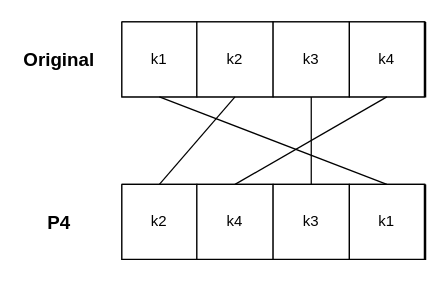
Above: public/img/simpleDesPage/drawio/P4.drawio in hejzlzd1/EducrypterUHK (draw.io), before the change. Source tidied: cells renumbered, new cells numbered last; positions are measured from the earlier drawing's top-left corner, leaving out a move shared by most shapes. Both pictures are drawn from the tidied source at 125%, with x=0, y=0 at pixel (21, 21).
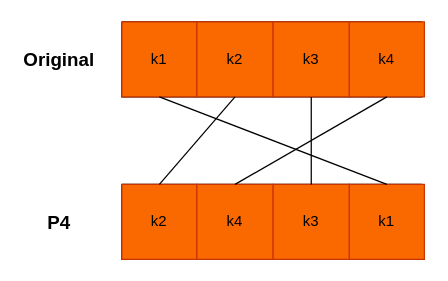
The same page after the edit.

Change to the diagram source:
```diff
@@
 <mxGraphModel>
   <root>
     <mxCell id="0" />
     <mxCell id="1" parent="0" />
     <mxCell id="2" style="swimlane;startSize=0;" parent="1" vertex="1">
-      <mxGeometry x="80" width="243" height="60" as="geometry" />
+      <mxGeometry x="80" width="240" height="60" as="geometry" />
     </mxCell>
-    <mxCell id="3" value="k1" style="rounded=0;whiteSpace=wrap;html=1;" parent="2" vertex="1">
+    <mxCell id="3" value="k1" style="rounded=0;whiteSpace=wrap;html=1;fillColor=#fa6800;fontColor=#000000;strokeColor=#C73500;" parent="2" vertex="1">
       <mxGeometry width="60" height="60" as="geometry" />
     </mxCell>
-    <mxCell id="4" value="k2" style="rounded=0;whiteSpace=wrap;html=1;" parent="2" vertex="1">
+    <mxCell id="4" value="k2" style="rounded=0;whiteSpace=wrap;html=1;fillColor=#fa6800;fontColor=#000000;strokeColor=#C73500;" parent="2" vertex="1">
       <mxGeometry x="60" width="61" height="60" as="geometry" />
     </mxCell>
-    <mxCell id="5" value="k3" style="rounded=0;whiteSpace=wrap;html=1;" parent="2" vertex="1">
+    <mxCell id="5" value="k3" style="rounded=0;whiteSpace=wrap;html=1;fillColor=#fa6800;fontColor=#000000;strokeColor=#C73500;" parent="2" vertex="1">
       <mxGeometry x="121" width="61" height="60" as="geometry" />
     </mxCell>
-    <mxCell id="6" value="k4" style="rounded=0;whiteSpace=wrap;html=1;" parent="2" vertex="1">
+    <mxCell id="6" value="k4" style="rounded=0;whiteSpace=wrap;html=1;fillColor=#fa6800;fontColor=#000000;strokeColor=#C73500;" parent="2" vertex="1">
       <mxGeometry x="182" width="60" height="60" as="geometry" />
     </mxCell>
     <mxCell id="7" style="swimlane;startSize=0;" parent="1" vertex="1">
-      <mxGeometry x="80" y="130" width="243" height="60" as="geometry" />
+      <mxGeometry x="80" y="130" width="240" height="60" as="geometry" />
     </mxCell>
-    <mxCell id="8" value="k2" style="rounded=0;whiteSpace=wrap;html=1;" parent="7" vertex="1">
+    <mxCell id="8" value="k2" style="rounded=0;whiteSpace=wrap;html=1;fillColor=#fa6800;fontColor=#000000;strokeColor=#C73500;" parent="7" vertex="1">
       <mxGeometry width="60" height="60" as="geometry" />
     </mxCell>
-    <mxCell id="9" value="k4" style="rounded=0;whiteSpace=wrap;html=1;" parent="7" vertex="1">
+    <mxCell id="9" value="k4" style="rounded=0;whiteSpace=wrap;html=1;fillColor=#fa6800;fontColor=#000000;strokeColor=#C73500;" parent="7" vertex="1">
       <mxGeometry x="60" width="61" height="60" as="geometry" />
     </mxCell>
-    <mxCell id="10" value="k3" style="rounded=0;whiteSpace=wrap;html=1;" parent="7" vertex="1">
+    <mxCell id="10" value="k3" style="rounded=0;whiteSpace=wrap;html=1;fillColor=#fa6800;fontColor=#000000;strokeColor=#C73500;" parent="7" vertex="1">
       <mxGeometry x="121" width="61" height="60" as="geometry" />
     </mxCell>
-    <mxCell id="11" value="k1" style="rounded=0;whiteSpace=wrap;html=1;" parent="7" vertex="1">
+    <mxCell id="11" value="k1" style="rounded=0;whiteSpace=wrap;html=1;fillColor=#fa6800;fontColor=#000000;strokeColor=#C73500;" parent="7" vertex="1">
       <mxGeometry x="182" width="60" height="60" as="geometry" />
     </mxCell>
     <mxCell id="12" value="&lt;font style=&quot;font-size: 15px;&quot;&gt;&lt;b&gt;P4&lt;/b&gt;&lt;/font&gt;" style="text;html=1;strokeColor=none;fillColor=none;align=center;verticalAlign=middle;whiteSpace=wrap;rounded=0;" parent="1" vertex="1">
       <mxGeometry y="145" width="60" height="30" as="geometry" />
     </mxCell>
     <mxCell id="13" value="&lt;font style=&quot;font-size: 15px;&quot;&gt;&lt;b&gt;Original&lt;/b&gt;&lt;/font&gt;" style="text;html=1;strokeColor=none;fillColor=none;align=center;verticalAlign=middle;whiteSpace=wrap;rounded=0;" parent="1" vertex="1">
       <mxGeometry y="15" width="60" height="30" as="geometry" />
     </mxCell>
     <mxCell id="14" style="rounded=0;jettySize=auto;html=1;exitX=0.5;exitY=1;exitDx=0;exitDy=0;entryX=0.5;entryY=0;entryDx=0;entryDy=0;endArrow=none;endFill=0;" parent="1" edge="1" source="6" target="9">
       <mxGeometry relative="1" as="geometry" />
     </mxCell>
     <mxCell id="15" style="rounded=0;jettySize=auto;html=1;exitX=0.5;exitY=1;exitDx=0;exitDy=0;entryX=0.5;entryY=0;entryDx=0;entryDy=0;endArrow=none;endFill=0;" parent="1" edge="1" source="5" target="10">
       <mxGeometry relative="1" as="geometry" />
     </mxCell>
     <mxCell id="16" style="rounded=0;jettySize=auto;html=1;exitX=0.5;exitY=1;exitDx=0;exitDy=0;entryX=0.5;entryY=0;entryDx=0;entryDy=0;endArrow=none;endFill=0;" parent="1" edge="1" source="4" target="8">
       <mxGeometry relative="1" as="geometry" />
     </mxCell>
     <mxCell id="17" style="rounded=0;jettySize=auto;html=1;exitX=0.5;exitY=1;exitDx=0;exitDy=0;entryX=0.5;entryY=0;entryDx=0;entryDy=0;endArrow=none;endFill=0;" parent="1" edge="1" source="3" target="11">
       <mxGeometry relative="1" as="geometry" />
     </mxCell>
   </root>
 </mxGraphModel>
```
